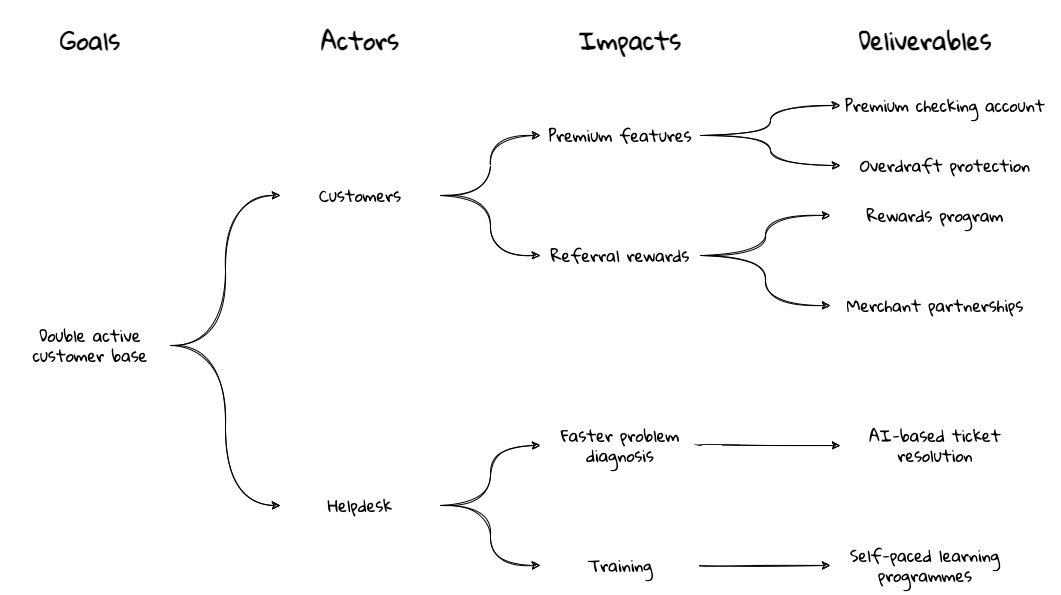
ddd-book-java/prem-website keeps this draw.io diagram as images/impact-mapping-example.png. Above is the earlier version. Source tidied: cells renumbered, new cells last; positions are measured from the earlier drawing's top-left corner, leaving out a move shared by most shapes. The source it was exported from:
```xml
<mxGraphModel>
  <root>
    <mxCell id="0" />
    <mxCell id="1" parent="0" />
    <mxCell id="2" value="&lt;h1&gt;Goals&lt;/h1&gt;" style="text;html=1;strokeColor=none;fillColor=none;spacing=5;spacingTop=-20;whiteSpace=wrap;overflow=hidden;rounded=1;align=center;fontFamily=Gloria Hallelujah;fontSource=https%3A%2F%2Ffonts.googleapis.com%2Fcss%3Ffamily%3DGloria%2BHallelujah;sketch=1;" parent="1" vertex="1">
      <mxGeometry x="20" width="120" height="50" as="geometry" />
    </mxCell>
    <mxCell id="3" value="&lt;h1&gt;Actors&lt;/h1&gt;" style="text;html=1;strokeColor=none;fillColor=none;spacing=5;spacingTop=-20;whiteSpace=wrap;overflow=hidden;rounded=1;align=center;fontFamily=Gloria Hallelujah;fontSource=https%3A%2F%2Ffonts.googleapis.com%2Fcss%3Ffamily%3DGloria%2BHallelujah;sketch=1;" parent="1" vertex="1">
      <mxGeometry x="290" width="120" height="50" as="geometry" />
    </mxCell>
    <mxCell id="4" value="&lt;h1&gt;Impacts&lt;/h1&gt;" style="text;html=1;strokeColor=none;fillColor=none;spacing=5;spacingTop=-20;whiteSpace=wrap;overflow=hidden;rounded=1;align=center;fontFamily=Gloria Hallelujah;fontSource=https%3A%2F%2Ffonts.googleapis.com%2Fcss%3Ffamily%3DGloria%2BHallelujah;sketch=1;" parent="1" vertex="1">
      <mxGeometry x="560" width="120" height="50" as="geometry" />
    </mxCell>
    <mxCell id="5" value="&lt;h1&gt;Deliverables&lt;/h1&gt;" style="text;html=1;strokeColor=none;fillColor=none;spacing=5;spacingTop=-20;whiteSpace=wrap;overflow=hidden;rounded=1;align=center;fontFamily=Gloria Hallelujah;fontSource=https%3A%2F%2Ffonts.googleapis.com%2Fcss%3Ffamily%3DGloria%2BHallelujah;sketch=1;" parent="1" vertex="1">
      <mxGeometry x="830" width="170" height="50" as="geometry" />
    </mxCell>
    <mxCell id="6" style="edgeStyle=orthogonalEdgeStyle;rounded=1;jettySize=auto;html=1;fontFamily=Gloria Hallelujah;fontSource=https%3A%2F%2Ffonts.googleapis.com%2Fcss%3Ffamily%3DGloria%2BHallelujah;fontSize=16;sketch=1;curved=1;entryX=0;entryY=0.5;entryDx=0;entryDy=0;" parent="1" edge="1" source="8" target="11">
      <mxGeometry relative="1" as="geometry" />
    </mxCell>
    <mxCell id="7" style="edgeStyle=orthogonalEdgeStyle;rounded=1;jettySize=auto;html=1;entryX=0;entryY=0.5;entryDx=0;entryDy=0;fontFamily=Gloria Hallelujah;fontSource=https%3A%2F%2Ffonts.googleapis.com%2Fcss%3Ffamily%3DGloria%2BHallelujah;fontSize=16;sketch=1;curved=1;" parent="1" edge="1" source="8" target="14">
      <mxGeometry relative="1" as="geometry" />
    </mxCell>
    <mxCell id="8" value="Double active customer base" style="text;html=1;strokeColor=none;fillColor=none;align=center;verticalAlign=middle;whiteSpace=wrap;rounded=1;fontFamily=Gloria Hallelujah;fontSource=https%3A%2F%2Ffonts.googleapis.com%2Fcss%3Ffamily%3DGloria%2BHallelujah;fontSize=16;sketch=1;" parent="1" vertex="1">
      <mxGeometry y="310" width="160" height="30" as="geometry" />
    </mxCell>
    <mxCell id="9" style="edgeStyle=orthogonalEdgeStyle;curved=1;rounded=1;sketch=1;jettySize=auto;html=1;entryX=0;entryY=0.5;entryDx=0;entryDy=0;fontFamily=Gloria Hallelujah;fontSource=https%3A%2F%2Ffonts.googleapis.com%2Fcss%3Ffamily%3DGloria%2BHallelujah;fontSize=16;" parent="1" edge="1" source="11" target="17">
      <mxGeometry relative="1" as="geometry" />
    </mxCell>
    <mxCell id="10" style="edgeStyle=orthogonalEdgeStyle;curved=1;rounded=1;sketch=1;jettySize=auto;html=1;entryX=0;entryY=0.5;entryDx=0;entryDy=0;fontFamily=Gloria Hallelujah;fontSource=https%3A%2F%2Ffonts.googleapis.com%2Fcss%3Ffamily%3DGloria%2BHallelujah;fontSize=16;" parent="1" edge="1" source="11" target="20">
      <mxGeometry relative="1" as="geometry" />
    </mxCell>
    <mxCell id="11" value="Customers" style="text;html=1;strokeColor=none;fillColor=none;align=center;verticalAlign=middle;whiteSpace=wrap;rounded=1;fontFamily=Gloria Hallelujah;fontSource=https%3A%2F%2Ffonts.googleapis.com%2Fcss%3Ffamily%3DGloria%2BHallelujah;fontSize=16;sketch=1;" parent="1" vertex="1">
      <mxGeometry x="270" y="160" width="160" height="30" as="geometry" />
    </mxCell>
    <mxCell id="12" style="edgeStyle=orthogonalEdgeStyle;curved=1;rounded=1;sketch=1;jettySize=auto;html=1;entryX=0;entryY=0.5;entryDx=0;entryDy=0;fontFamily=Gloria Hallelujah;fontSource=https%3A%2F%2Ffonts.googleapis.com%2Fcss%3Ffamily%3DGloria%2BHallelujah;fontSize=16;" parent="1" edge="1" source="14" target="26">
      <mxGeometry relative="1" as="geometry" />
    </mxCell>
    <mxCell id="13" style="edgeStyle=orthogonalEdgeStyle;curved=1;rounded=1;sketch=1;jettySize=auto;html=1;entryX=0;entryY=0.5;entryDx=0;entryDy=0;fontFamily=Gloria Hallelujah;fontSource=https%3A%2F%2Ffonts.googleapis.com%2Fcss%3Ffamily%3DGloria%2BHallelujah;fontSize=16;" parent="1" edge="1" source="14" target="28">
      <mxGeometry relative="1" as="geometry" />
    </mxCell>
    <mxCell id="14" value="Helpdesk" style="text;html=1;strokeColor=none;fillColor=none;align=center;verticalAlign=middle;whiteSpace=wrap;rounded=1;fontFamily=Gloria Hallelujah;fontSource=https%3A%2F%2Ffonts.googleapis.com%2Fcss%3Ffamily%3DGloria%2BHallelujah;fontSize=16;sketch=1;" parent="1" vertex="1">
      <mxGeometry x="270" y="470" width="160" height="30" as="geometry" />
    </mxCell>
    <mxCell id="15" style="edgeStyle=orthogonalEdgeStyle;curved=1;rounded=1;sketch=1;jettySize=auto;html=1;fontFamily=Gloria Hallelujah;fontSource=https%3A%2F%2Ffonts.googleapis.com%2Fcss%3Ffamily%3DGloria%2BHallelujah;fontSize=16;" parent="1" edge="1" source="17" target="21">
      <mxGeometry relative="1" as="geometry" />
    </mxCell>
    <mxCell id="16" style="edgeStyle=orthogonalEdgeStyle;curved=1;rounded=1;sketch=1;jettySize=auto;html=1;exitX=1;exitY=0.5;exitDx=0;exitDy=0;fontFamily=Gloria Hallelujah;fontSource=https%3A%2F%2Ffonts.googleapis.com%2Fcss%3Ffamily%3DGloria%2BHallelujah;fontSize=16;" parent="1" edge="1" source="17" target="22">
      <mxGeometry relative="1" as="geometry" />
    </mxCell>
    <mxCell id="17" value="Premium features" style="text;html=1;strokeColor=none;fillColor=none;align=center;verticalAlign=middle;whiteSpace=wrap;rounded=1;fontFamily=Gloria Hallelujah;fontSource=https%3A%2F%2Ffonts.googleapis.com%2Fcss%3Ffamily%3DGloria%2BHallelujah;fontSize=16;sketch=1;" parent="1" vertex="1">
      <mxGeometry x="530" y="100" width="160" height="30" as="geometry" />
    </mxCell>
    <mxCell id="18" style="edgeStyle=orthogonalEdgeStyle;curved=1;rounded=1;sketch=1;jettySize=auto;html=1;entryX=0;entryY=0.5;entryDx=0;entryDy=0;fontFamily=Gloria Hallelujah;fontSource=https%3A%2F%2Ffonts.googleapis.com%2Fcss%3Ffamily%3DGloria%2BHallelujah;fontSize=16;" parent="1" edge="1" source="20" target="24">
      <mxGeometry relative="1" as="geometry" />
    </mxCell>
    <mxCell id="19" style="edgeStyle=orthogonalEdgeStyle;curved=1;rounded=1;sketch=1;jettySize=auto;html=1;entryX=0;entryY=0.5;entryDx=0;entryDy=0;fontFamily=Gloria Hallelujah;fontSource=https%3A%2F%2Ffonts.googleapis.com%2Fcss%3Ffamily%3DGloria%2BHallelujah;fontSize=16;" parent="1" edge="1" source="20" target="23">
      <mxGeometry relative="1" as="geometry" />
    </mxCell>
    <mxCell id="20" value="Referral rewards" style="text;html=1;strokeColor=none;fillColor=none;align=center;verticalAlign=middle;whiteSpace=wrap;rounded=1;fontFamily=Gloria Hallelujah;fontSource=https%3A%2F%2Ffonts.googleapis.com%2Fcss%3Ffamily%3DGloria%2BHallelujah;fontSize=16;sketch=1;" parent="1" vertex="1">
      <mxGeometry x="530" y="220" width="160" height="30" as="geometry" />
    </mxCell>
    <mxCell id="21" value="Premium checking account" style="text;html=1;strokeColor=none;fillColor=none;align=center;verticalAlign=middle;whiteSpace=wrap;rounded=1;fontFamily=Gloria Hallelujah;fontSource=https%3A%2F%2Ffonts.googleapis.com%2Fcss%3Ffamily%3DGloria%2BHallelujah;fontSize=16;sketch=1;" parent="1" vertex="1">
      <mxGeometry x="830" y="70" width="210" height="30" as="geometry" />
    </mxCell>
    <mxCell id="22" value="Overdraft protection" style="text;html=1;strokeColor=none;fillColor=none;align=center;verticalAlign=middle;whiteSpace=wrap;rounded=1;fontFamily=Gloria Hallelujah;fontSource=https%3A%2F%2Ffonts.googleapis.com%2Fcss%3Ffamily%3DGloria%2BHallelujah;fontSize=16;sketch=1;" parent="1" vertex="1">
      <mxGeometry x="830" y="130" width="210" height="30" as="geometry" />
    </mxCell>
    <mxCell id="23" value="Merchant partnerships" style="text;html=1;strokeColor=none;fillColor=none;align=center;verticalAlign=middle;whiteSpace=wrap;rounded=1;fontFamily=Gloria Hallelujah;fontSource=https%3A%2F%2Ffonts.googleapis.com%2Fcss%3Ffamily%3DGloria%2BHallelujah;fontSize=16;sketch=1;" parent="1" vertex="1">
      <mxGeometry x="820" y="270" width="210" height="30" as="geometry" />
    </mxCell>
    <mxCell id="24" value="Rewards program" style="text;html=1;strokeColor=none;fillColor=none;align=center;verticalAlign=middle;whiteSpace=wrap;rounded=1;fontFamily=Gloria Hallelujah;fontSource=https%3A%2F%2Ffonts.googleapis.com%2Fcss%3Ffamily%3DGloria%2BHallelujah;fontSize=16;sketch=1;" parent="1" vertex="1">
      <mxGeometry x="820" y="180" width="210" height="30" as="geometry" />
    </mxCell>
    <mxCell id="25" style="edgeStyle=orthogonalEdgeStyle;curved=1;rounded=1;sketch=1;jettySize=auto;html=1;entryX=0;entryY=0.5;entryDx=0;entryDy=0;fontFamily=Gloria Hallelujah;fontSource=https%3A%2F%2Ffonts.googleapis.com%2Fcss%3Ffamily%3DGloria%2BHallelujah;fontSize=16;" parent="1" edge="1" source="26" target="29">
      <mxGeometry relative="1" as="geometry" />
    </mxCell>
    <mxCell id="26" value="Faster problem diagnosis" style="text;html=1;strokeColor=none;fillColor=none;align=center;verticalAlign=middle;whiteSpace=wrap;rounded=1;fontFamily=Gloria Hallelujah;fontSource=https%3A%2F%2Ffonts.googleapis.com%2Fcss%3Ffamily%3DGloria%2BHallelujah;fontSize=16;sketch=1;" parent="1" vertex="1">
      <mxGeometry x="530" y="410" width="160" height="30" as="geometry" />
    </mxCell>
    <mxCell id="27" style="edgeStyle=orthogonalEdgeStyle;curved=1;rounded=1;sketch=1;jettySize=auto;html=1;entryX=0;entryY=0.5;entryDx=0;entryDy=0;fontFamily=Gloria Hallelujah;fontSource=https%3A%2F%2Ffonts.googleapis.com%2Fcss%3Ffamily%3DGloria%2BHallelujah;fontSize=16;" parent="1" edge="1" source="28" target="30">
      <mxGeometry relative="1" as="geometry" />
    </mxCell>
    <mxCell id="28" value="Training" style="text;html=1;strokeColor=none;fillColor=none;align=center;verticalAlign=middle;whiteSpace=wrap;rounded=1;fontFamily=Gloria Hallelujah;fontSource=https%3A%2F%2Ffonts.googleapis.com%2Fcss%3Ffamily%3DGloria%2BHallelujah;fontSize=16;sketch=1;" parent="1" vertex="1">
      <mxGeometry x="530" y="530" width="160" height="30" as="geometry" />
    </mxCell>
    <mxCell id="29" value="AI-based ticket resolution" style="text;html=1;strokeColor=none;fillColor=none;align=center;verticalAlign=middle;whiteSpace=wrap;rounded=1;fontFamily=Gloria Hallelujah;fontSource=https%3A%2F%2Ffonts.googleapis.com%2Fcss%3Ffamily%3DGloria%2BHallelujah;fontSize=16;sketch=1;" parent="1" vertex="1">
      <mxGeometry x="830" y="410" width="190" height="30" as="geometry" />
    </mxCell>
    <mxCell id="30" value="Self-paced learning programmes" style="text;html=1;strokeColor=none;fillColor=none;align=center;verticalAlign=middle;whiteSpace=wrap;rounded=1;fontFamily=Gloria Hallelujah;fontSource=https%3A%2F%2Ffonts.googleapis.com%2Fcss%3Ffamily%3DGloria%2BHallelujah;fontSize=16;sketch=1;" parent="1" vertex="1">
      <mxGeometry x="820" y="530" width="190" height="30" as="geometry" />
    </mxCell>
  </root>
</mxGraphModel>
```
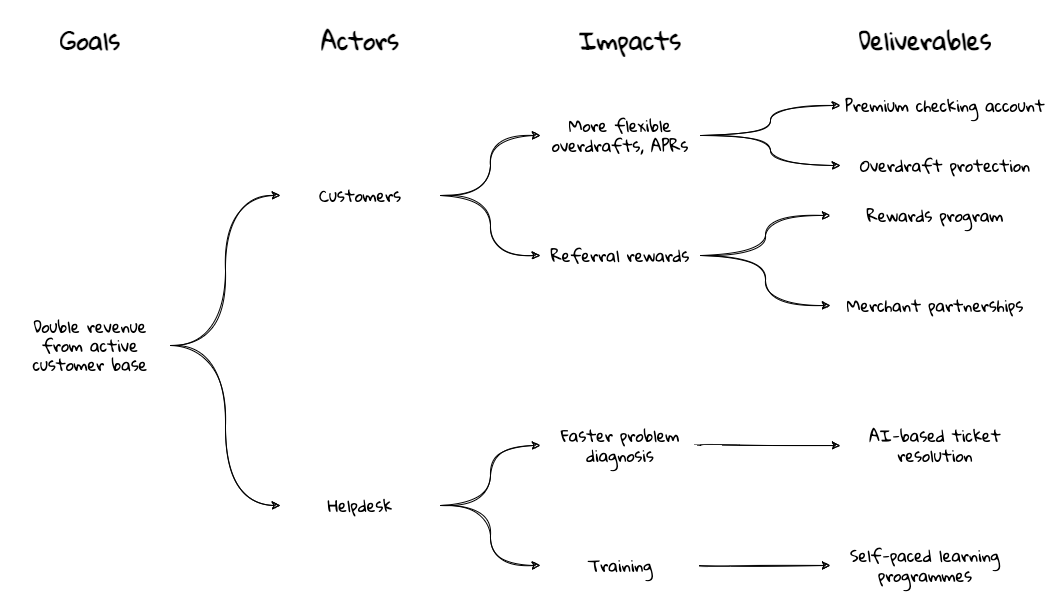
After the change.

Diff of the diagram source:
```diff
@@ -20,7 +20,7 @@
     <mxCell id="7" style="edgeStyle=orthogonalEdgeStyle;rounded=1;jettySize=auto;html=1;entryX=0;entryY=0.5;entryDx=0;entryDy=0;fontFamily=Gloria Hallelujah;fontSource=https%3A%2F%2Ffonts.googleapis.com%2Fcss%3Ffamily%3DGloria%2BHallelujah;fontSize=16;sketch=1;curved=1;" parent="1" edge="1" source="8" target="14">
       <mxGeometry relative="1" as="geometry" />
     </mxCell>
-    <mxCell id="8" value="Double active customer base" style="text;html=1;strokeColor=none;fillColor=none;align=center;verticalAlign=middle;whiteSpace=wrap;rounded=1;fontFamily=Gloria Hallelujah;fontSource=https%3A%2F%2Ffonts.googleapis.com%2Fcss%3Ffamily%3DGloria%2BHallelujah;fontSize=16;sketch=1;" parent="1" vertex="1">
+    <mxCell id="8" value="Double revenue from active customer base" style="text;html=1;strokeColor=none;fillColor=none;align=center;verticalAlign=middle;whiteSpace=wrap;rounded=1;fontFamily=Gloria Hallelujah;fontSource=https%3A%2F%2Ffonts.googleapis.com%2Fcss%3Ffamily%3DGloria%2BHallelujah;fontSize=16;sketch=1;" parent="1" vertex="1">
       <mxGeometry y="310" width="160" height="30" as="geometry" />
     </mxCell>
     <mxCell id="9" style="edgeStyle=orthogonalEdgeStyle;curved=1;rounded=1;sketch=1;jettySize=auto;html=1;entryX=0;entryY=0.5;entryDx=0;entryDy=0;fontFamily=Gloria Hallelujah;fontSource=https%3A%2F%2Ffonts.googleapis.com%2Fcss%3Ffamily%3DGloria%2BHallelujah;fontSize=16;" parent="1" edge="1" source="11" target="17">
@@ -47,7 +47,7 @@
     <mxCell id="16" style="edgeStyle=orthogonalEdgeStyle;curved=1;rounded=1;sketch=1;jettySize=auto;html=1;exitX=1;exitY=0.5;exitDx=0;exitDy=0;fontFamily=Gloria Hallelujah;fontSource=https%3A%2F%2Ffonts.googleapis.com%2Fcss%3Ffamily%3DGloria%2BHallelujah;fontSize=16;" parent="1" edge="1" source="17" target="22">
       <mxGeometry relative="1" as="geometry" />
     </mxCell>
-    <mxCell id="17" value="Premium features" style="text;html=1;strokeColor=none;fillColor=none;align=center;verticalAlign=middle;whiteSpace=wrap;rounded=1;fontFamily=Gloria Hallelujah;fontSource=https%3A%2F%2Ffonts.googleapis.com%2Fcss%3Ffamily%3DGloria%2BHallelujah;fontSize=16;sketch=1;" parent="1" vertex="1">
+    <mxCell id="17" value="More flexible overdrafts, APRs" style="text;html=1;strokeColor=none;fillColor=none;align=center;verticalAlign=middle;whiteSpace=wrap;rounded=1;fontFamily=Gloria Hallelujah;fontSource=https%3A%2F%2Ffonts.googleapis.com%2Fcss%3Ffamily%3DGloria%2BHallelujah;fontSize=16;sketch=1;" parent="1" vertex="1">
       <mxGeometry x="530" y="100" width="160" height="30" as="geometry" />
     </mxCell>
     <mxCell id="18" style="edgeStyle=orthogonalEdgeStyle;curved=1;rounded=1;sketch=1;jettySize=auto;html=1;entryX=0;entryY=0.5;entryDx=0;entryDy=0;fontFamily=Gloria Hallelujah;fontSource=https%3A%2F%2Ffonts.googleapis.com%2Fcss%3Ffamily%3DGloria%2BHallelujah;fontSize=16;" parent="1" edge="1" source="20" target="24">
```
